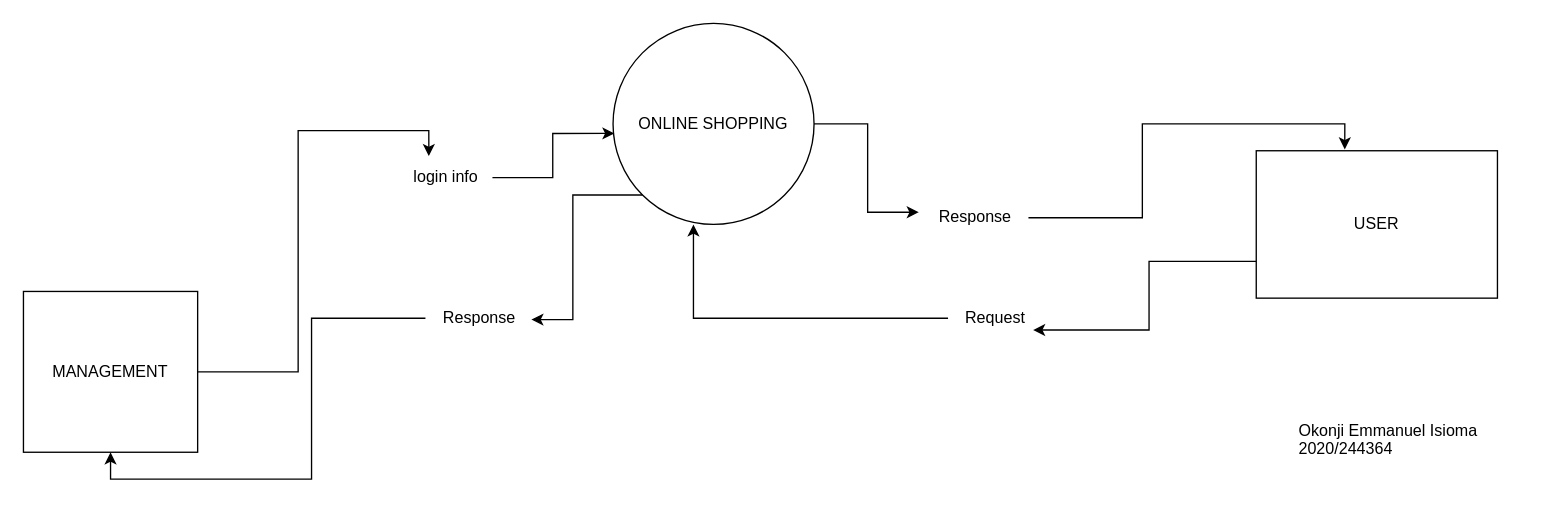
Before: Untitled Diagram.drawio in Chukwuebuka-2003/SE-DFD, a draw.io diagram. Source tidied: cells renumbered, new cells numbered last; positions are measured from the earlier drawing's top-left corner, leaving out a move shared by most shapes. Both pictures are drawn from the tidied source at 134%, with x=0, y=0 at pixel (23, 23).
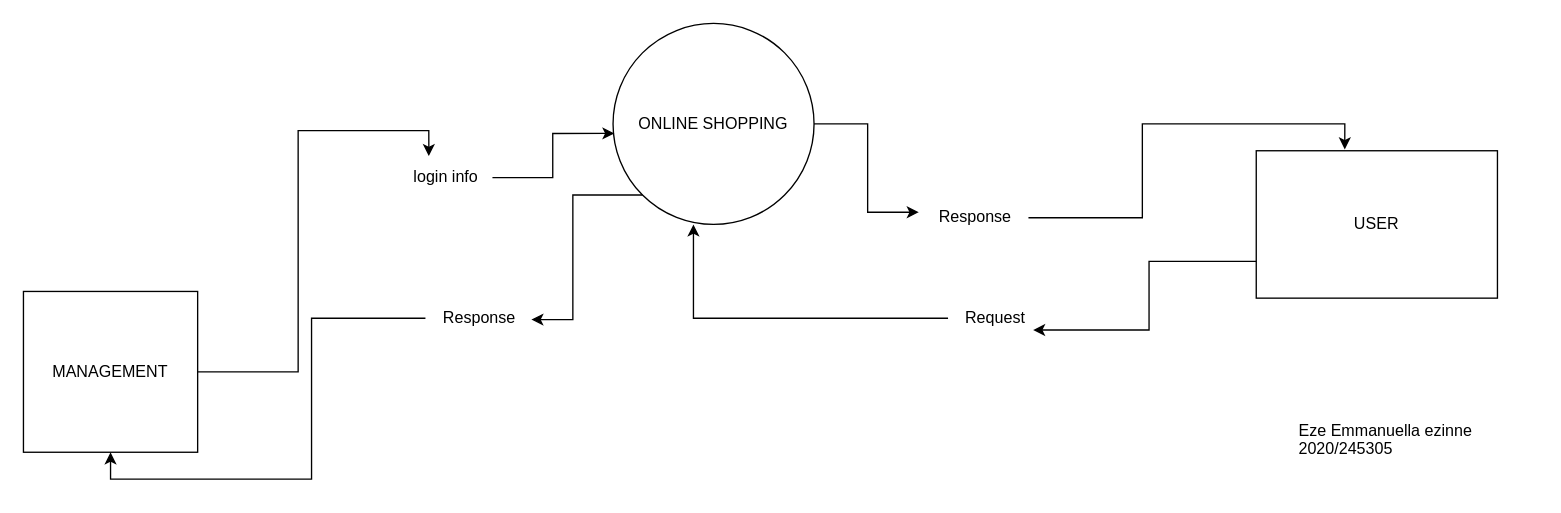
The same page after the edit.

The edit, as a diff of the source:
```diff
@@
 <mxGraphModel>
   <root>
     <mxCell id="0" />
     <mxCell id="1" parent="0" />
     <mxCell id="2" value="ONLINE SHOPPING" style="shape=ellipse;html=1;dashed=0;whiteSpace=wrap;perimeter=ellipsePerimeter;" parent="1" vertex="1">
       <mxGeometry x="440" width="150" height="150" as="geometry" />
     </mxCell>
     <mxCell id="3" value="MANAGEMENT" style="html=1;dashed=0;whiteSpace=wrap;" parent="1" vertex="1">
       <mxGeometry y="200" width="130" height="120" as="geometry" />
     </mxCell>
     <mxCell id="4" value="USER" style="html=1;dashed=0;whiteSpace=wrap;" parent="1" vertex="1">
       <mxGeometry x="920" y="95" width="180" height="110" as="geometry" />
     </mxCell>
     <mxCell id="5" style="edgeStyle=orthogonalEdgeStyle;rounded=0;jettySize=auto;html=1;exitX=1;exitY=0.5;exitDx=0;exitDy=0;entryX=-0.023;entryY=0.363;entryDx=0;entryDy=0;entryPerimeter=0;" parent="1" edge="1" source="2" target="6">
       <mxGeometry relative="1" as="geometry" />
     </mxCell>
     <mxCell id="6" value="Response" style="text;html=1;align=center;verticalAlign=middle;points=[];strokeColor=none;fillColor=none;" parent="1" vertex="1">
       <mxGeometry x="670" y="130" width="80" height="30" as="geometry" />
     </mxCell>
     <mxCell id="7" style="edgeStyle=orthogonalEdgeStyle;rounded=0;jettySize=auto;html=1;exitX=0;exitY=0.75;exitDx=0;exitDy=0;entryX=0.907;entryY=0.793;entryDx=0;entryDy=0;entryPerimeter=0;" parent="1" edge="1" source="4" target="8">
       <mxGeometry relative="1" as="geometry" />
     </mxCell>
     <mxCell id="8" value="Request" style="text;html=1;align=center;verticalAlign=middle;points=[];strokeColor=none;fillColor=none;" parent="1" vertex="1">
       <mxGeometry x="690" y="205" width="70" height="30" as="geometry" />
     </mxCell>
     <mxCell id="9" value="login info" style="text;html=1;align=center;verticalAlign=middle;points=[];strokeColor=none;fillColor=none;" parent="1" vertex="1">
       <mxGeometry x="280" y="100" width="70" height="30" as="geometry" />
     </mxCell>
     <mxCell id="10" style="edgeStyle=orthogonalEdgeStyle;rounded=0;jettySize=auto;html=1;entryX=0.007;entryY=0.547;entryDx=0;entryDy=0;entryPerimeter=0;" parent="1" edge="1" source="9" target="2">
       <mxGeometry relative="1" as="geometry" />
     </mxCell>
     <mxCell id="11" style="edgeStyle=orthogonalEdgeStyle;rounded=0;jettySize=auto;html=1;entryX=0.5;entryY=1;entryDx=0;entryDy=0;" parent="1" edge="1" source="12" target="3">
       <mxGeometry relative="1" as="geometry" />
     </mxCell>
     <mxCell id="12" value="Response" style="text;html=1;align=center;verticalAlign=middle;points=[];strokeColor=none;fillColor=none;" parent="1" vertex="1">
       <mxGeometry x="300" y="205" width="80" height="30" as="geometry" />
     </mxCell>
-    <mxCell id="13" value="Okonji Emmanuel Isioma&#10;2020/244364" style="text;whiteSpace=wrap;" parent="1" vertex="1">
+    <mxCell id="13" value="Eze Emmanuella ezinne&#10;2020/245305" style="text;whiteSpace=wrap;" parent="1" vertex="1">
       <mxGeometry x="950" y="290" width="180" height="50" as="geometry" />
     </mxCell>
     <mxCell id="14" style="edgeStyle=orthogonalEdgeStyle;rounded=0;jettySize=auto;html=1;entryX=0.4;entryY=1;entryDx=0;entryDy=0;entryPerimeter=0;" parent="1" edge="1" source="8" target="2">
       <mxGeometry relative="1" as="geometry" />
     </mxCell>
     <mxCell id="15" style="edgeStyle=orthogonalEdgeStyle;rounded=0;jettySize=auto;html=1;exitX=0;exitY=1;exitDx=0;exitDy=0;entryX=0.988;entryY=0.533;entryDx=0;entryDy=0;entryPerimeter=0;" parent="1" edge="1" source="2" target="12">
       <mxGeometry relative="1" as="geometry" />
     </mxCell>
     <mxCell id="16" style="edgeStyle=orthogonalEdgeStyle;rounded=0;jettySize=auto;html=1;entryX=0.367;entryY=-0.009;entryDx=0;entryDy=0;entryPerimeter=0;" parent="1" edge="1" source="6" target="4">
       <mxGeometry relative="1" as="geometry" />
     </mxCell>
     <mxCell id="17" style="edgeStyle=orthogonalEdgeStyle;rounded=0;jettySize=auto;html=1;entryX=0.322;entryY=-0.033;entryDx=0;entryDy=0;entryPerimeter=0;" parent="1" edge="1" source="3" target="9">
       <mxGeometry relative="1" as="geometry" />
     </mxCell>
   </root>
 </mxGraphModel>
```
